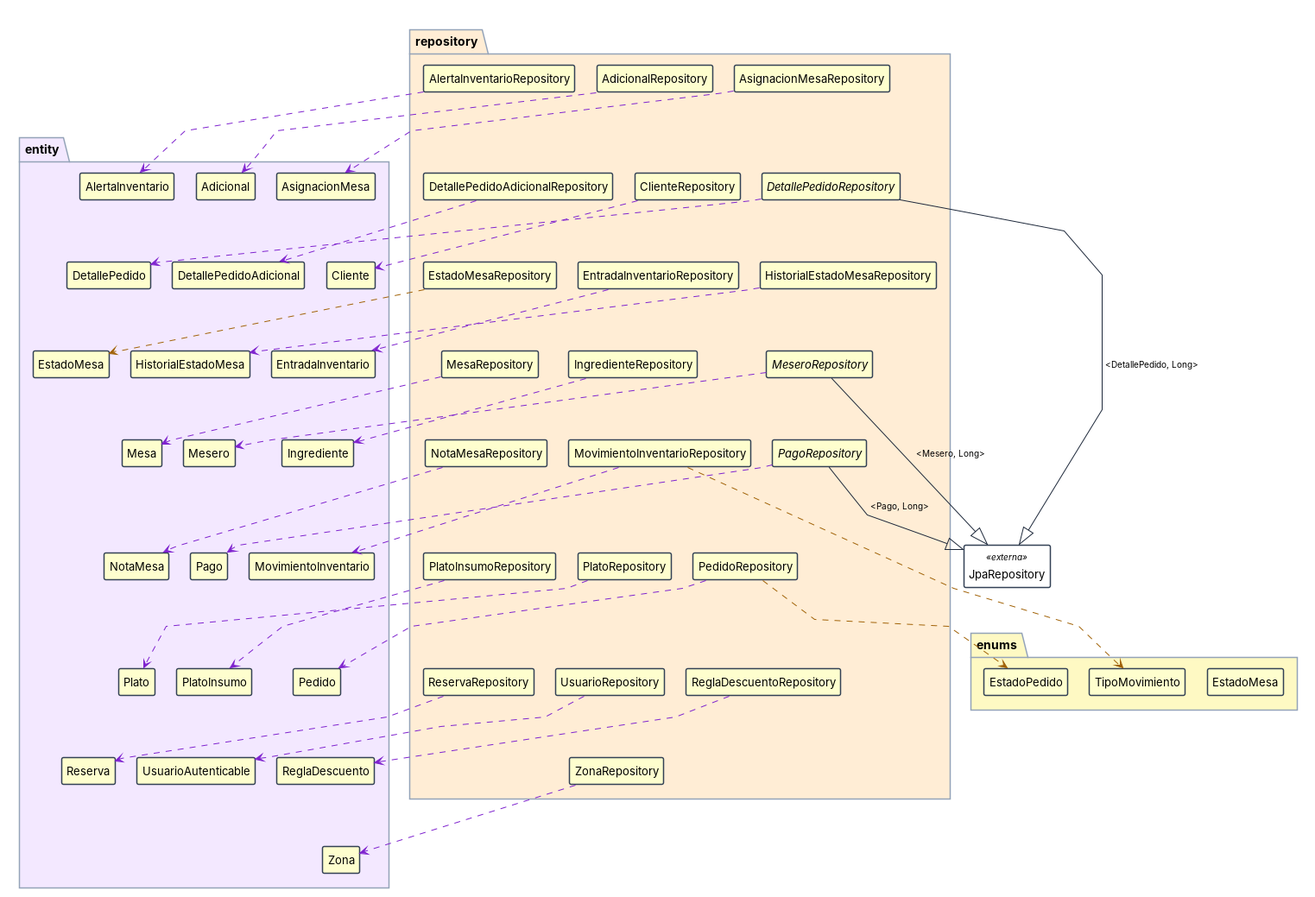
Before: docs/Imagenes/DiagramaClases_Relaciones_Repository_Modelo.png, a diagram exported from PlantUML (puj-course/FIS_2630_1204_G2). Its source is kept beside it as docs/diagramas-fuente/DiagramaClases_Relaciones_Repository_Modelo.puml.
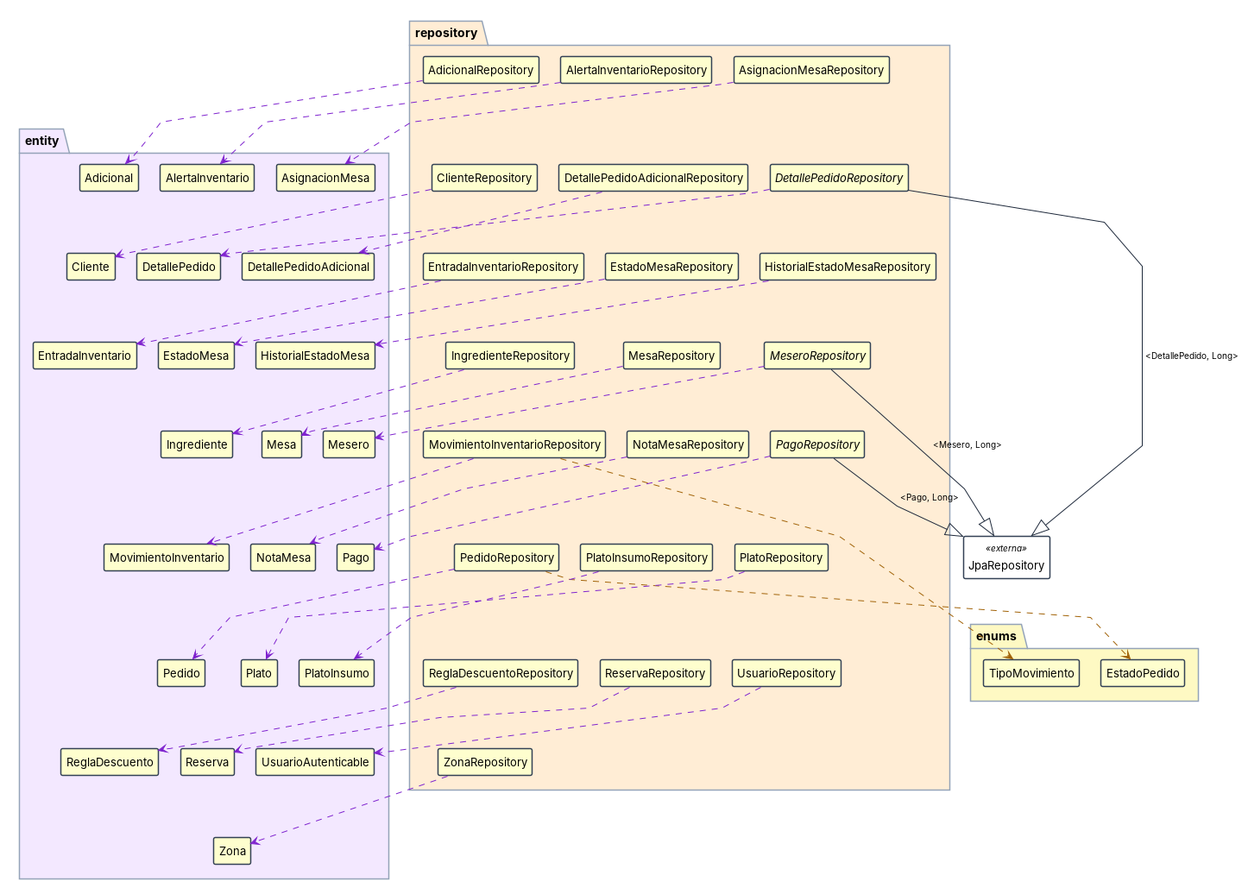
Later version of the same file.

Change to the diagram source:
```diff
@@ -137,12 +137,11 @@
   entity_ReglaDescuento -[hidden]down- entity_Zona
 }
 package "enums" #FEF9C3 {
-  enum "EstadoMesa" as enums_EstadoMesa
   enum "EstadoPedido" as enums_EstadoPedido
   enum "TipoMovimiento" as enums_TipoMovimiento
 }
 repository_AdicionalRepository -[hidden]down- entity_Adicional
-entity_Adicional -[hidden]down- enums_EstadoMesa
+entity_Adicional -[hidden]down- enums_EstadoPedido
 class JpaRepository <<externa>> #FFFFFF
 repository_DetallePedidoRepository --|> JpaRepository : <DetallePedido, Long>
 repository_MeseroRepository --|> JpaRepository : <Mesero, Long>
@@ -154,7 +153,7 @@
 repository_DetallePedidoAdicionalRepository -[#7E22CE,dashed]-> entity_DetallePedidoAdicional
 repository_DetallePedidoRepository -[#7E22CE,dashed]-> entity_DetallePedido
 repository_EntradaInventarioRepository -[#7E22CE,dashed]-> entity_EntradaInventario
-repository_EstadoMesaRepository -[#A16207,dashed]-> entity_EstadoMesa
+repository_EstadoMesaRepository -[#7E22CE,dashed]-> entity_EstadoMesa
 repository_HistorialEstadoMesaRepository -[#7E22CE,dashed]-> entity_HistorialEstadoMesa
 repository_IngredienteRepository -[#7E22CE,dashed]-> entity_Ingrediente
 repository_MesaRepository -[#7E22CE,dashed]-> entity_Mesa
```
